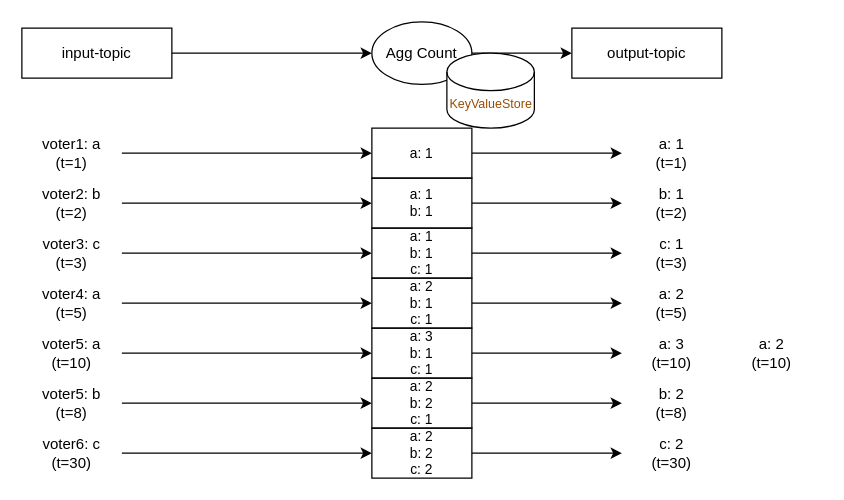
Earlier version of the draw.io diagram drawio/kafka/kafka-streams-state-store-type-2.drawio (windowforsun/blog). Source tidied: cells renumbered, new cells numbered last; positions are measured from the earlier drawing's top-left corner, leaving out a move shared by most shapes. Both pictures are drawn from the tidied source at 125%, with x=0, y=0 at pixel (21, 21).
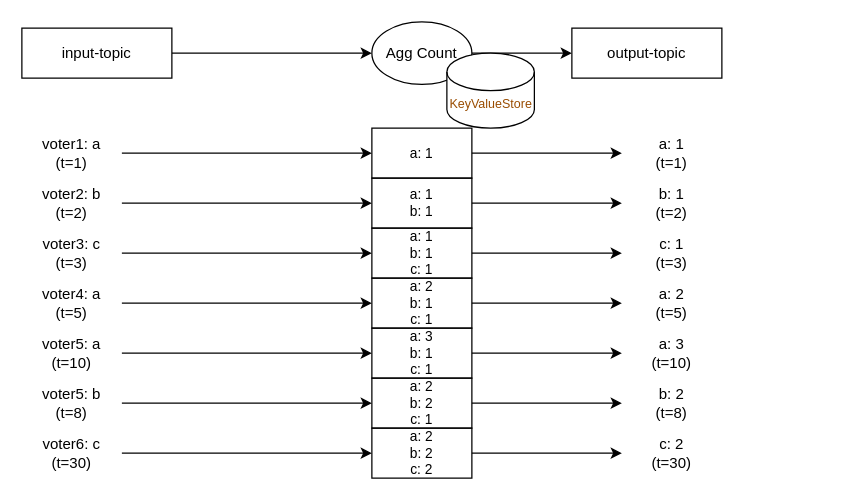
The same page after the edit.

Change to the diagram source:
```diff
@@
-    <mxCell id="41" value="a: 2&lt;div&gt;(t=10)&lt;/div&gt;" style="text;html=1;align=center;verticalAlign=middle;whiteSpace=wrap;rounded=0;fontColor=#000000;" parent="1" vertex="1">
-      <mxGeometry x="560" y="250" width="80" height="30" as="geometry" />
-    </mxCell>
```
